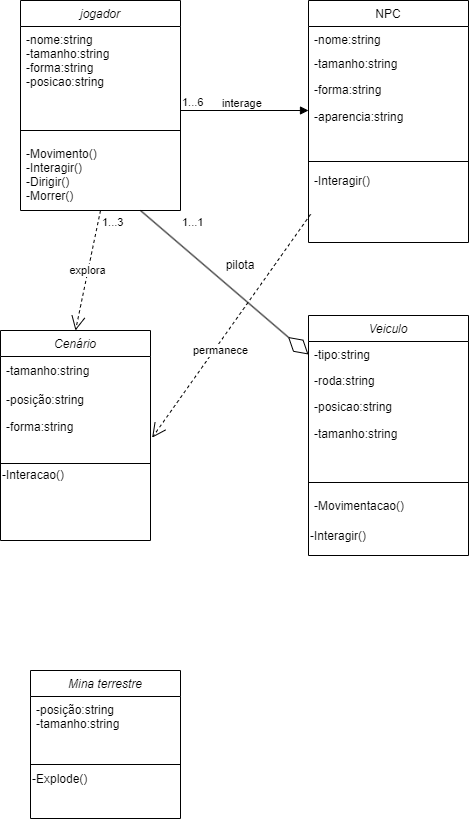
Above: Diagrama jogo musica Unity.drawio.png in lucasnoelgb/2jdprojetomusica (draw.io), before the change. Source tidied: cells renumbered, new cells last; positions are measured from the earlier drawing's top-left corner, leaving out a move shared by most shapes.
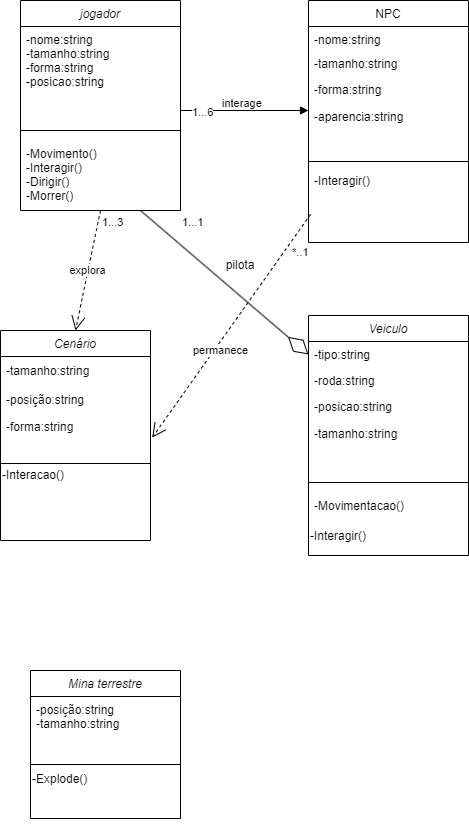
After the commit.

Commit message:
corrigindo erros

What changed in the source:
```diff
@@ -101,8 +101,10 @@
         <mxPoint x="308" y="110" as="targetPoint" />
       </mxGeometry>
     </mxCell>
-    <mxCell id="34" value="1...6" style="edgeLabel;html=1;align=left;verticalAlign=bottom;" parent="33" vertex="1">
-      <mxGeometry x="-1" relative="1" as="geometry" />
+    <mxCell id="34" value="*..1" style="edgeLabel;html=1;align=left;verticalAlign=bottom;" parent="33" vertex="1">
+      <mxGeometry x="-1" relative="1" as="geometry">
+        <mxPoint x="110" y="150" as="offset" />
+      </mxGeometry>
     </mxCell>
     <mxCell id="35" value="1...3" style="edgeLabel;html=1;align=left;verticalAlign=bottom;" parent="33" vertex="1">
       <mxGeometry x="-1" relative="1" as="geometry">
@@ -114,6 +116,11 @@
         <mxPoint y="120" as="offset" />
       </mxGeometry>
     </mxCell>
+    <mxCell id="41" value="1...6" style="edgeLabel;html=1;align=left;verticalAlign=bottom;" parent="33" vertex="1">
+      <mxGeometry x="-1" relative="1" as="geometry">
+        <mxPoint x="10" y="10" as="offset" />
+      </mxGeometry>
+    </mxCell>
     <mxCell id="37" value="explora&lt;br&gt;" style="endArrow=open;endSize=12;dashed=1;html=1;rounded=0;entryX=0.5;entryY=0;entryDx=0;entryDy=0;exitX=0.5;exitY=1;exitDx=0;exitDy=0;" parent="1" edge="1" source="2" target="13">
       <mxGeometry relative="1" as="geometry" />
     </mxCell>
```
